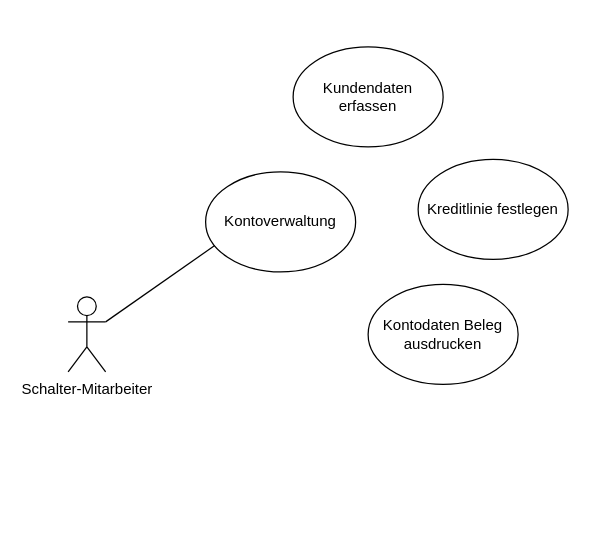
deanomus/SZUT keeps this draw.io diagram as 3-Lehrjahr/UML-1-Kontoverwaltung.drawio. Above is the earlier version. Source tidied: cells renumbered, new cells numbered last; positions are measured from the earlier drawing's top-left corner, leaving out a move shared by most shapes. Both pictures are drawn from the tidied source at 125%, with x=0, y=0 at pixel (68, 46).
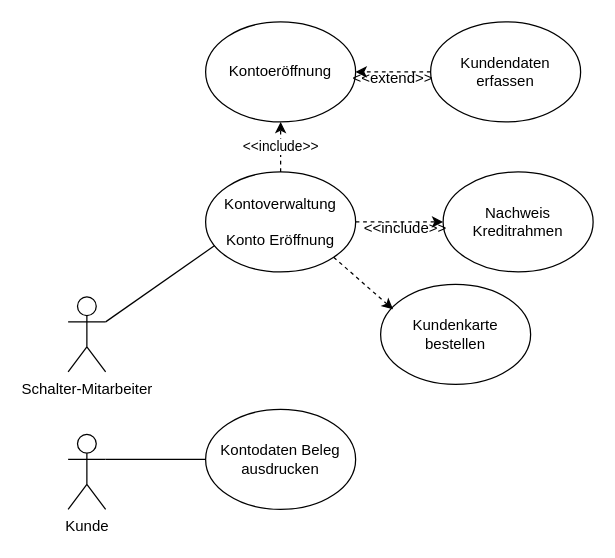
The same page after the edit.

What changed in the source:
```diff
@@
 <mxGraphModel>
   <root>
     <mxCell id="0" />
     <mxCell id="1" parent="0" />
     <mxCell id="2" style="rounded=0;jettySize=auto;html=1;exitX=1;exitY=0.3333333333333333;exitDx=0;exitDy=0;exitPerimeter=0;entryX=0.063;entryY=0.734;entryDx=0;entryDy=0;endArrow=none;endFill=0;entryPerimeter=0;" parent="1" edge="1" source="3" target="4">
       <mxGeometry relative="1" as="geometry" />
     </mxCell>
     <mxCell id="3" value="Schalter-Mitarbeiter" style="shape=umlActor;verticalLabelPosition=bottom;verticalAlign=top;html=1;outlineConnect=0;" parent="1" vertex="1">
       <mxGeometry y="200" width="30" height="60" as="geometry" />
     </mxCell>
+    <mxCell id="8" value="&amp;lt;&amp;lt;include&amp;gt;&amp;gt;" style="edgeStyle=none;rounded=0;jettySize=auto;html=1;exitX=0.5;exitY=0;exitDx=0;exitDy=0;entryX=0.5;entryY=1;entryDx=0;entryDy=0;endArrow=classic;endFill=1;dashed=1;" parent="1" edge="1" source="4" target="11">
+      <mxGeometry relative="1" as="geometry" />
+    </mxCell>
+    <mxCell id="9" style="edgeStyle=none;rounded=0;jettySize=auto;html=1;exitX=1;exitY=0.5;exitDx=0;exitDy=0;dashed=1;endArrow=classic;endFill=1;" parent="1" edge="1" source="4" target="6">
+      <mxGeometry relative="1" as="geometry" />
+    </mxCell>
-    <mxCell id="4" value="Kontoverwaltung" style="ellipse;whiteSpace=wrap;html=1;" parent="1" vertex="1">
+    <mxCell id="4" value="Kontoverwaltung&lt;br&gt;&lt;br&gt;Konto Eröffnung" style="ellipse;whiteSpace=wrap;html=1;" parent="1" vertex="1">
       <mxGeometry x="110" y="100" width="120" height="80" as="geometry" />
     </mxCell>
+    <mxCell id="10" style="edgeStyle=none;rounded=0;jettySize=auto;html=1;exitX=0;exitY=0.5;exitDx=0;exitDy=0;dashed=1;endArrow=classic;endFill=1;" parent="1" edge="1" source="5" target="11">
+      <mxGeometry relative="1" as="geometry" />
+    </mxCell>
     <mxCell id="5" value="Kundendaten erfassen" style="ellipse;whiteSpace=wrap;html=1;" parent="1" vertex="1">
-      <mxGeometry x="180" width="120" height="80" as="geometry" />
+      <mxGeometry x="290" y="-20" width="120" height="80" as="geometry" />
     </mxCell>
-    <mxCell id="6" value="Kreditlinie festlegen" style="ellipse;whiteSpace=wrap;html=1;" parent="1" vertex="1">
-      <mxGeometry x="280" y="90" width="120" height="80" as="geometry" />
+    <mxCell id="6" value="Nachweis Kreditrahmen" style="ellipse;whiteSpace=wrap;html=1;" parent="1" vertex="1">
+      <mxGeometry x="300" y="100" width="120" height="80" as="geometry" />
     </mxCell>
     <mxCell id="7" value="Kontodaten Beleg ausdrucken" style="ellipse;whiteSpace=wrap;html=1;" parent="1" vertex="1">
-      <mxGeometry x="240" y="190" width="120" height="80" as="geometry" />
+      <mxGeometry x="110" y="290" width="120" height="80" as="geometry" />
     </mxCell>
+    <mxCell id="11" value="Kontoeröffnung" style="ellipse;whiteSpace=wrap;html=1;" parent="1" vertex="1">
+      <mxGeometry x="110" y="-20" width="120" height="80" as="geometry" />
+    </mxCell>
+    <mxCell id="12" value="&amp;lt;&amp;lt;extend&amp;gt;&amp;gt;" style="text;html=1;strokeColor=none;fillColor=none;align=center;verticalAlign=middle;whiteSpace=wrap;rounded=0;" parent="1" vertex="1">
+      <mxGeometry x="230" y="10" width="60" height="30" as="geometry" />
+    </mxCell>
+    <mxCell id="13" value="&amp;lt;&amp;lt;include&amp;gt;&amp;gt;" style="text;html=1;strokeColor=none;fillColor=none;align=center;verticalAlign=middle;whiteSpace=wrap;rounded=0;" parent="1" vertex="1">
+      <mxGeometry x="240" y="130" width="60" height="30" as="geometry" />
+    </mxCell>
+    <mxCell id="14" style="edgeStyle=none;rounded=0;jettySize=auto;html=1;exitX=1;exitY=0.3333333333333333;exitDx=0;exitDy=0;exitPerimeter=0;endArrow=none;endFill=0;" parent="1" edge="1" source="15" target="7">
+      <mxGeometry relative="1" as="geometry" />
+    </mxCell>
+    <mxCell id="15" value="Kunde" style="shape=umlActor;verticalLabelPosition=bottom;verticalAlign=top;html=1;outlineConnect=0;" parent="1" vertex="1">
+      <mxGeometry y="310" width="30" height="60" as="geometry" />
+    </mxCell>
+    <mxCell id="16" value="Kundenkarte bestellen" style="ellipse;whiteSpace=wrap;html=1;" parent="1" vertex="1">
+      <mxGeometry x="250" y="190" width="120" height="80" as="geometry" />
+    </mxCell>
+    <mxCell id="17" style="edgeStyle=none;rounded=0;jettySize=auto;html=1;exitX=1;exitY=1;exitDx=0;exitDy=0;dashed=1;endArrow=classic;endFill=1;entryX=0.083;entryY=0.25;entryDx=0;entryDy=0;entryPerimeter=0;" parent="1" edge="1" source="4" target="16">
+      <mxGeometry relative="1" as="geometry" />
+    </mxCell>
   </root>
 </mxGraphModel>
```
